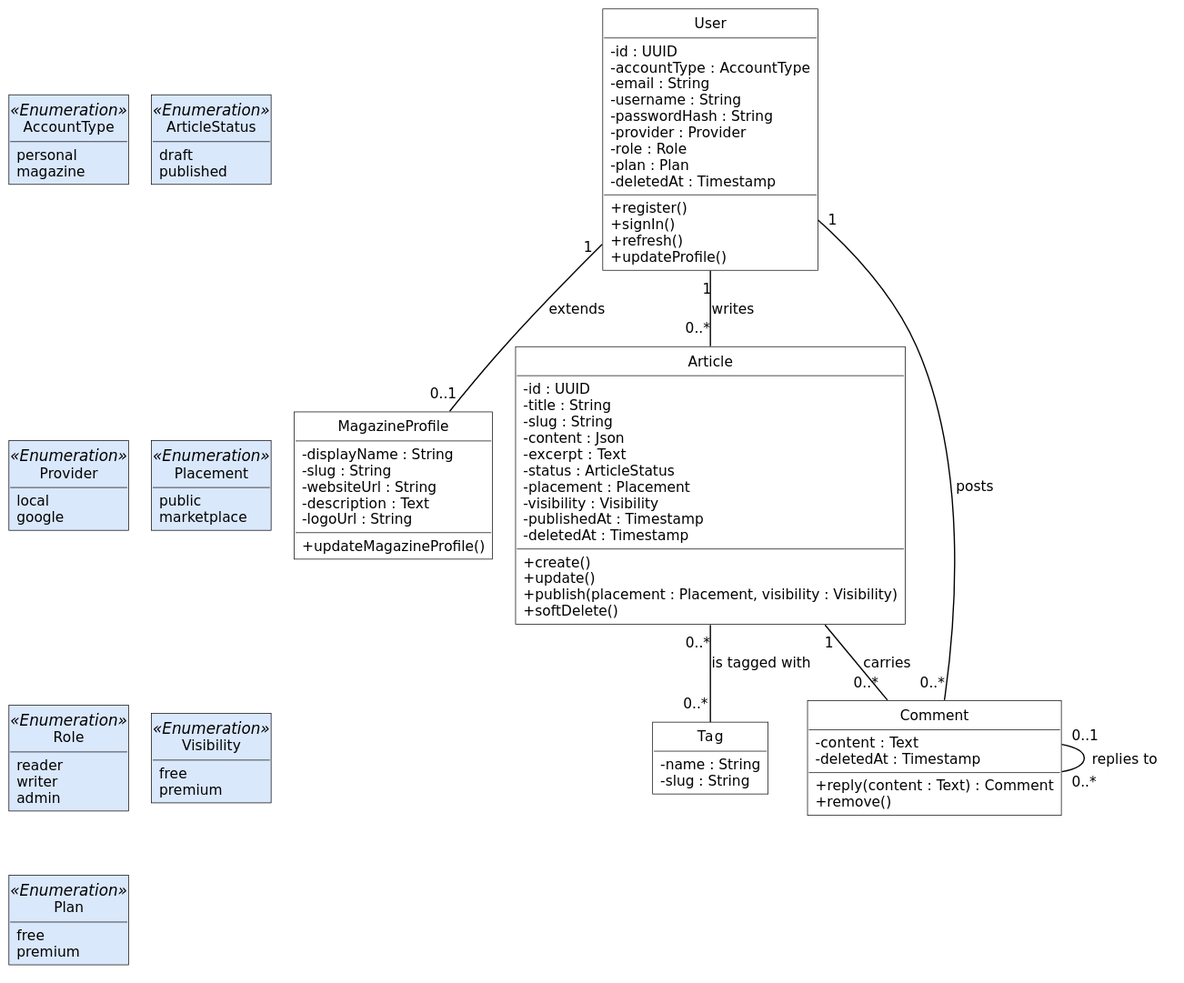
The PlantUML diagram diagrams/fig-4-2-classes-sprint-1/fig-4-2-classes-sprint-1.svg in inkwell-dev/spec.inkwell.ai, before a commit.
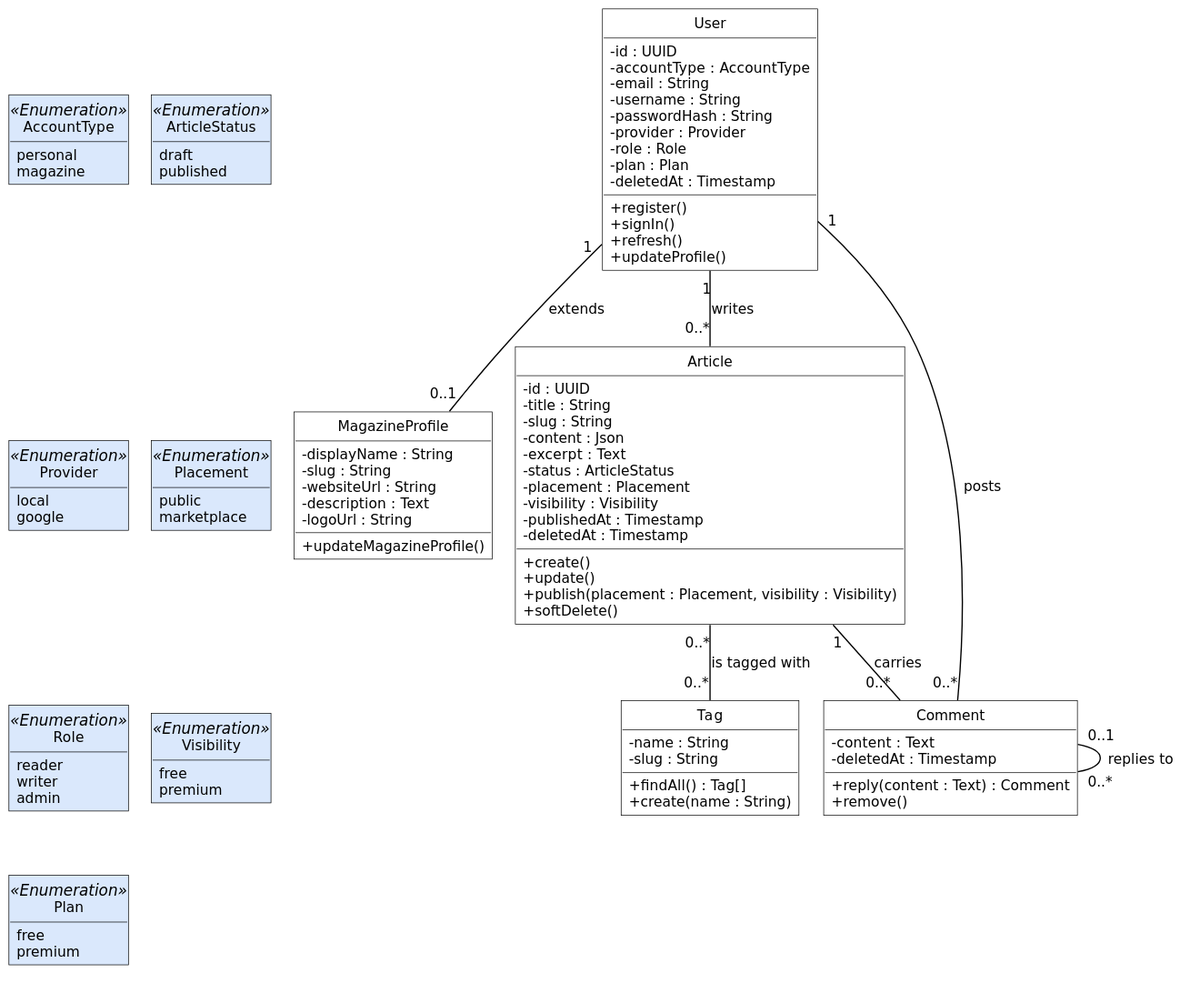
The same diagram one commit later.

Diff of the diagram source:
```diff
@@ -47,6 +47,8 @@
 class Tag {
   - name : String
   - slug : String
+  + findAll() : Tag[]
+  + create(name : String)
 }
 class Comment {
   - content : Text
```
